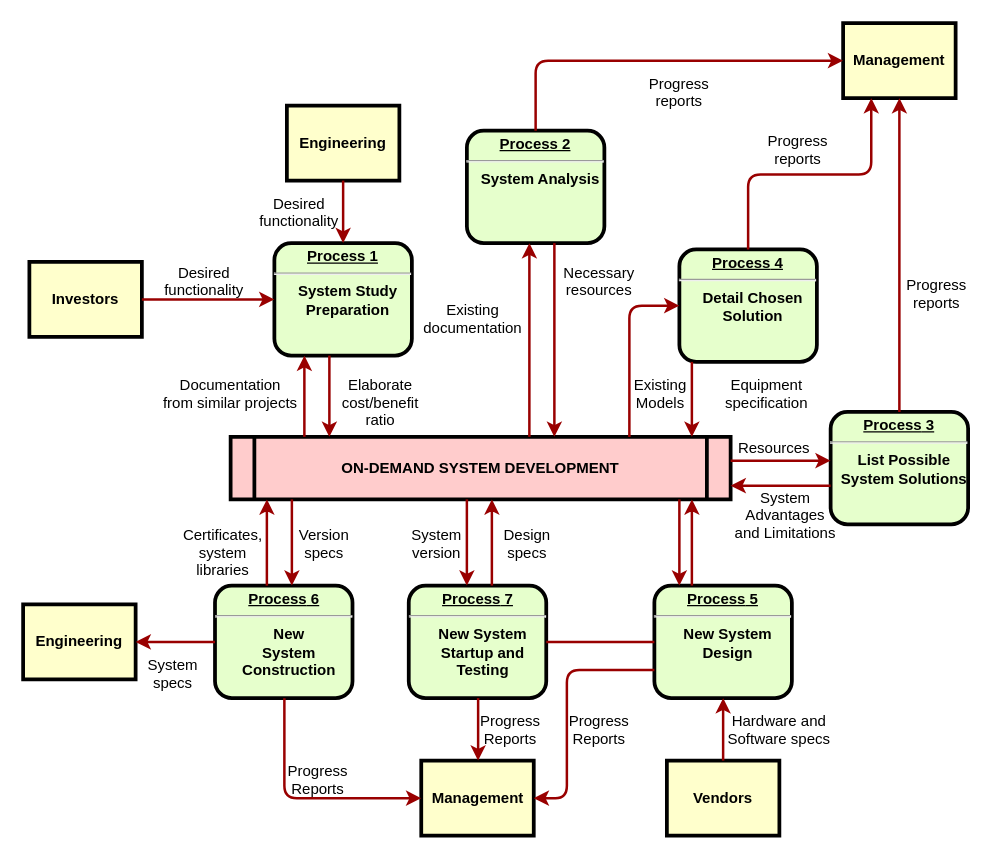
The draw.io diagram DeepFinance EG.drawio in fanlongtao123/wechat-tutorial, before the edit. Source tidied: cells renumbered, new cells numbered last; positions are measured from the earlier drawing's top-left corner, leaving out a move shared by most shapes. Both pictures are drawn from the tidied source at 125%, with x=0, y=0 at pixel (22, 22).
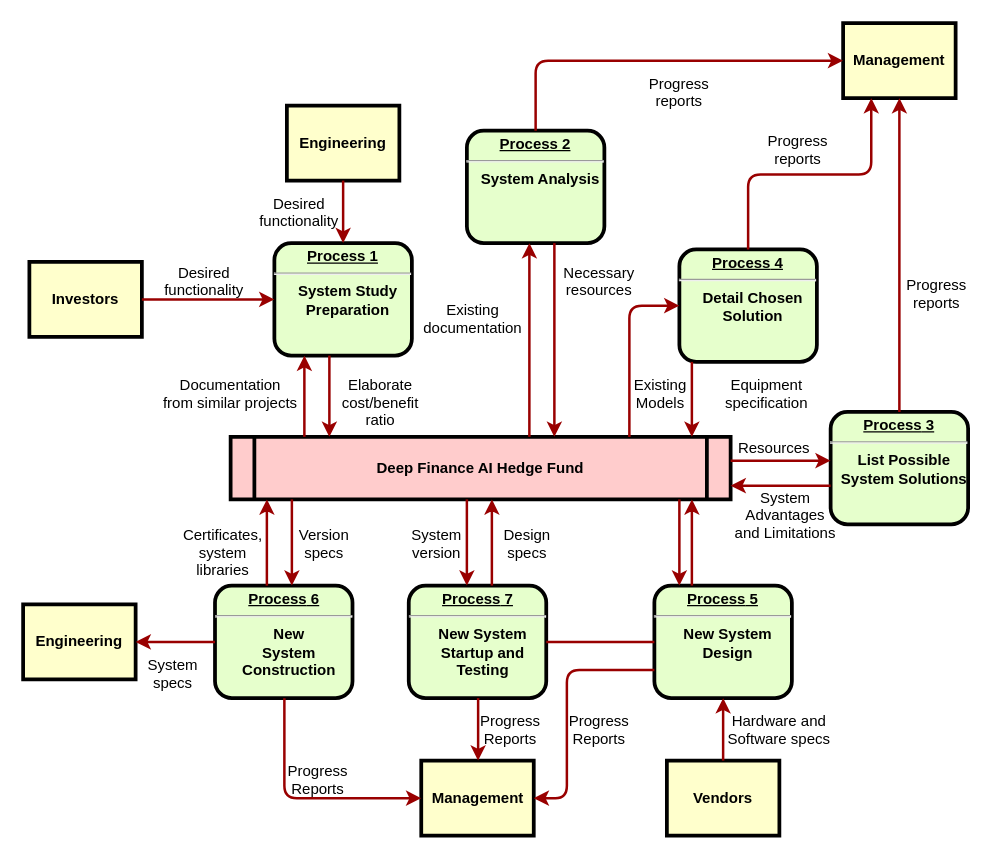
The same diagram, later.

Change to the diagram source:
```diff
@@
-    <mxCell id="5" value="ON-DEMAND SYSTEM DEVELOPMENT" style="shape=process;whiteSpace=wrap;align=center;verticalAlign=middle;size=0.0475;fontStyle=1;strokeWidth=3;fillColor=#FFCCCC;" parent="1" vertex="1">
+    <mxCell id="5" value="Deep Finance AI Hedge Fund" style="shape=process;whiteSpace=wrap;align=center;verticalAlign=middle;size=0.0475;fontStyle=1;strokeWidth=3;fillColor=#FFCCCC;" parent="1" vertex="1">
       <mxGeometry x="166" y="331" width="400" height="50" as="geometry" />
     </mxCell>
```
